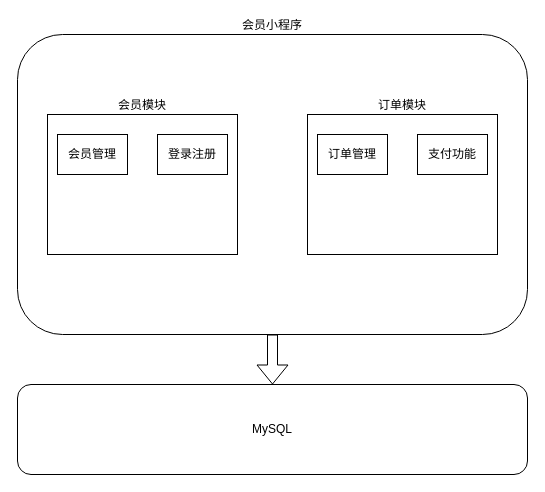
The draw.io diagram 会员小程序-功能模块图.drawio in W-Jiaxiang/draw.io, before the edit. Source tidied: cells renumbered, new cells numbered last; positions are measured from the earlier drawing's top-left corner, leaving out a move shared by most shapes. Both pictures are drawn from the tidied source at 100%, with x=0, y=0 at pixel (17, 34).
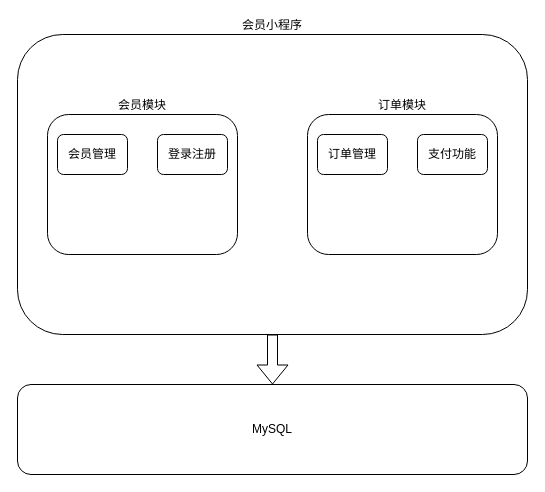
The same diagram, later.

Commit message (it also covers changes not shown here):
更新会员小程序-功能模块图.drawio

Diff of the diagram source:
```diff
@@
 <mxGraphModel>
   <root>
     <mxCell id="0" />
     <mxCell id="1" parent="0" />
-    <mxCell id="2" style="edgeStyle=orthogonalEdgeStyle;rounded=0;jettySize=auto;html=1;entryX=0.5;entryY=0;entryDx=0;entryDy=0;shape=flexArrow;" parent="1" edge="1" source="3" target="10">
+    <mxCell id="2" style="edgeStyle=orthogonalEdgeStyle;rounded=1;jettySize=auto;html=1;entryX=0.5;entryY=0;entryDx=0;entryDy=0;shape=flexArrow;" parent="1" edge="1" source="3" target="10">
       <mxGeometry relative="1" as="geometry" />
     </mxCell>
     <mxCell id="3" value="会员小程序" style="rounded=1;whiteSpace=wrap;html=1;labelPosition=center;verticalLabelPosition=top;align=center;verticalAlign=bottom;" parent="1" vertex="1">
       <mxGeometry width="510" height="300" as="geometry" />
     </mxCell>
-    <mxCell id="4" value="会员模块" style="rounded=0;whiteSpace=wrap;html=1;labelPosition=center;verticalLabelPosition=top;align=center;verticalAlign=bottom;" parent="1" vertex="1">
+    <mxCell id="4" value="会员模块" style="rounded=1;whiteSpace=wrap;html=1;labelPosition=center;verticalLabelPosition=top;align=center;verticalAlign=bottom;" parent="1" vertex="1">
       <mxGeometry x="30" y="80" width="190" height="140" as="geometry" />
     </mxCell>
-    <mxCell id="5" value="订单模块" style="rounded=0;whiteSpace=wrap;html=1;labelPosition=center;verticalLabelPosition=top;align=center;verticalAlign=bottom;" parent="1" vertex="1">
+    <mxCell id="5" value="订单模块" style="rounded=1;whiteSpace=wrap;html=1;labelPosition=center;verticalLabelPosition=top;align=center;verticalAlign=bottom;" parent="1" vertex="1">
       <mxGeometry x="290" y="80" width="190" height="140" as="geometry" />
     </mxCell>
-    <mxCell id="6" value="会员管理" style="rounded=0;whiteSpace=wrap;html=1;" parent="1" vertex="1">
+    <mxCell id="6" value="会员管理" style="rounded=1;whiteSpace=wrap;html=1;" parent="1" vertex="1">
       <mxGeometry x="40" y="100" width="70" height="40" as="geometry" />
     </mxCell>
-    <mxCell id="7" value="登录注册" style="rounded=0;whiteSpace=wrap;html=1;" parent="1" vertex="1">
+    <mxCell id="7" value="登录注册" style="rounded=1;whiteSpace=wrap;html=1;" parent="1" vertex="1">
       <mxGeometry x="140" y="100" width="70" height="40" as="geometry" />
     </mxCell>
-    <mxCell id="8" value="订单管理" style="rounded=0;whiteSpace=wrap;html=1;" parent="1" vertex="1">
+    <mxCell id="8" value="订单管理" style="rounded=1;whiteSpace=wrap;html=1;" parent="1" vertex="1">
       <mxGeometry x="300" y="100" width="70" height="40" as="geometry" />
     </mxCell>
-    <mxCell id="9" value="支付功能" style="rounded=0;whiteSpace=wrap;html=1;" parent="1" vertex="1">
+    <mxCell id="9" value="支付功能" style="rounded=1;whiteSpace=wrap;html=1;" parent="1" vertex="1">
       <mxGeometry x="400" y="100" width="70" height="40" as="geometry" />
     </mxCell>
     <mxCell id="10" value="MySQL" style="rounded=1;whiteSpace=wrap;html=1;" parent="1" vertex="1">
       <mxGeometry y="350" width="510" height="90" as="geometry" />
     </mxCell>
   </root>
 </mxGraphModel>
```
